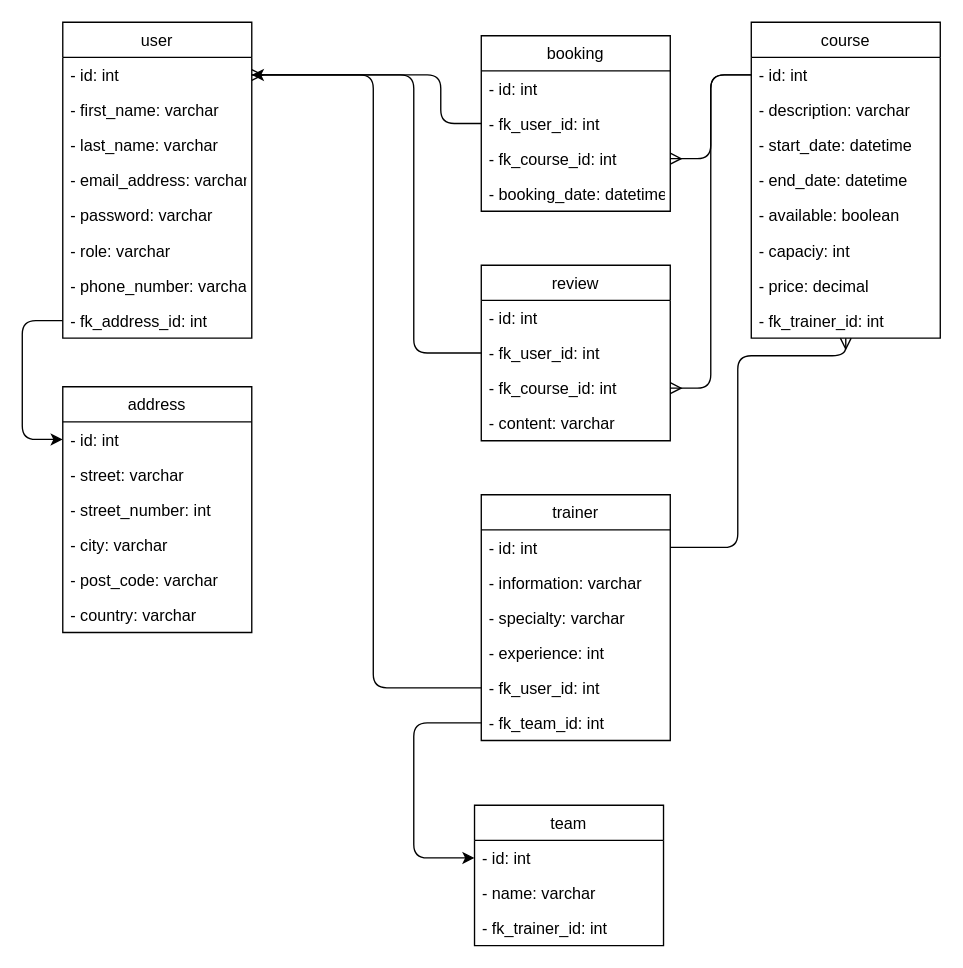
Earlier version of the draw.io diagram page "Copy of 3-rd_NF" (5 of 5) of db.drawio (Keltroz/Full-Stck-Project). Source tidied: cells renumbered, new cells numbered last; positions are measured from the earlier drawing's top-left corner, leaving out a move shared by most shapes. Both pictures are drawn from the tidied source at 135%, with x=0, y=0 at pixel (22, 22).
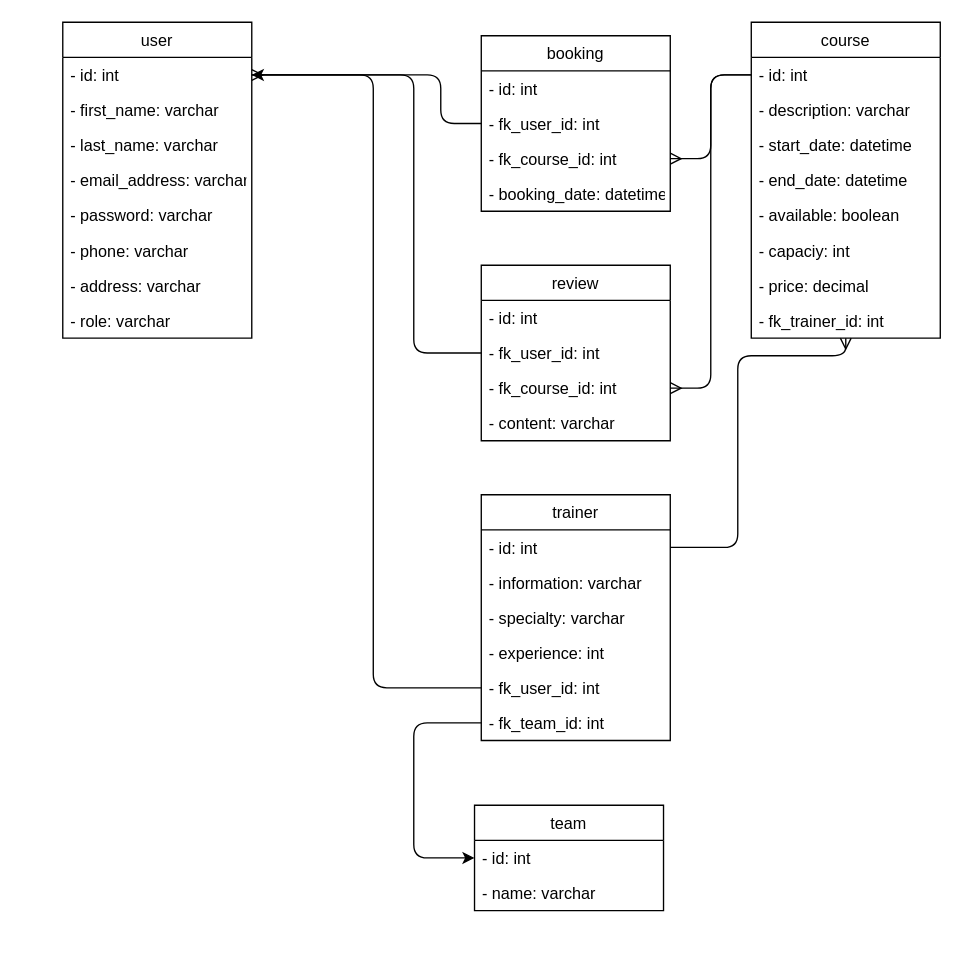
Above is the later version.

Commit message:
Correct copy of 3rd NF

Unchanged cells that the change refers to:
```xml
<mxCell id="2" value="user" style="swimlane;fontStyle=0;horizontal=1;startSize=26;fillColor=none;" parent="1" vertex="1">
  <mxGeometry x="30" width="140" height="234" as="geometry" />
</mxCell>
```

The edit, as a diff of the source:
```diff
@@
-    <mxCell id="8" value="- role: varchar" style="text;strokeColor=none;fillColor=none;align=left;verticalAlign=top;spacingLeft=4;spacingRight=4;overflow=hidden;" parent="2" vertex="1">
-      <mxGeometry y="156" width="140" height="26" as="geometry" />
-    </mxCell>
-    <mxCell id="9" value="- phone_number: varchar" style="text;strokeColor=none;fillColor=none;align=left;verticalAlign=top;spacingLeft=4;spacingRight=4;overflow=hidden;" parent="2" vertex="1">
-      <mxGeometry y="182" width="140" height="26" as="geometry" />
+    <mxCell id="9" value="- phone: varchar" style="text;strokeColor=none;fillColor=none;align=left;verticalAlign=top;spacingLeft=4;spacingRight=4;overflow=hidden;" parent="2" vertex="1">
+      <mxGeometry y="156" width="140" height="26" as="geometry" />
     </mxCell>
-    <mxCell id="10" value="- fk_address_id: int" style="text;strokeColor=none;fillColor=none;align=left;verticalAlign=top;spacingLeft=4;spacingRight=4;overflow=hidden;points=[[0,0.5],[1,0.5]];portConstraint=eastwest;" parent="2" vertex="1">
-      <mxGeometry y="208" width="140" height="26" as="geometry" />
+    <mxCell id="10" value="- address: varchar" style="text;strokeColor=none;fillColor=none;align=left;verticalAlign=top;spacingLeft=4;spacingRight=4;overflow=hidden;points=[[0,0.5],[1,0.5]];portConstraint=eastwest;" parent="2" vertex="1">
+      <mxGeometry y="182" width="140" height="26" as="geometry" />
     </mxCell>
+    <mxCell id="8" value="- role: varchar" style="text;strokeColor=none;fillColor=none;align=left;verticalAlign=top;spacingLeft=4;spacingRight=4;overflow=hidden;" parent="2" vertex="1">
+      <mxGeometry y="208" width="140" height="26" as="geometry" />
+    </mxCell>
@@
-    <mxCell id="20" value="address" style="swimlane;fontStyle=0;horizontal=1;startSize=26;fillColor=none;" parent="1" vertex="1">
-      <mxGeometry x="30" y="270" width="140" height="182" as="geometry" />
-    </mxCell>
-    <mxCell id="21" value="- id: int" style="text;strokeColor=none;fillColor=none;align=left;verticalAlign=top;spacingLeft=4;spacingRight=4;overflow=hidden;points=[[0,0.5],[1,0.5]];portConstraint=eastwest;" parent="20" vertex="1">
-      <mxGeometry y="26" width="140" height="26" as="geometry" />
-    </mxCell>
-    <mxCell id="22" value="- street: varchar" style="text;strokeColor=none;fillColor=none;align=left;verticalAlign=top;spacingLeft=4;spacingRight=4;overflow=hidden;" parent="20" vertex="1">
-      <mxGeometry y="52" width="140" height="26" as="geometry" />
-    </mxCell>
-    <mxCell id="23" value="- street_number: int" style="text;strokeColor=none;fillColor=none;align=left;verticalAlign=top;spacingLeft=4;spacingRight=4;overflow=hidden;" parent="20" vertex="1">
-      <mxGeometry y="78" width="140" height="26" as="geometry" />
-    </mxCell>
-    <mxCell id="24" value="- city: varchar" style="text;strokeColor=none;fillColor=none;align=left;verticalAlign=top;spacingLeft=4;spacingRight=4;overflow=hidden;" parent="20" vertex="1">
-      <mxGeometry y="104" width="140" height="26" as="geometry" />
-    </mxCell>
-    <mxCell id="25" value="- post_code: varchar" style="text;strokeColor=none;fillColor=none;align=left;verticalAlign=top;spacingLeft=4;spacingRight=4;overflow=hidden;" parent="20" vertex="1">
-      <mxGeometry y="130" width="140" height="26" as="geometry" />
-    </mxCell>
-    <mxCell id="26" value="- country: varchar" style="text;strokeColor=none;fillColor=none;align=left;verticalAlign=top;spacingLeft=4;spacingRight=4;overflow=hidden;" parent="20" vertex="1">
-      <mxGeometry y="156" width="140" height="26" as="geometry" />
-    </mxCell>
@@
-    <mxCell id="50" style="edgeStyle=none;html=1;" parent="1" edge="1" source="10" target="21">
-      <mxGeometry relative="1" as="geometry">
-        <Array as="points">
-          <mxPoint y="221" />
-          <mxPoint y="250" />
-          <mxPoint y="309" />
-        </Array>
-      </mxGeometry>
-    </mxCell>
     <mxCell id="51" value="team" style="swimlane;fontStyle=0;horizontal=1;startSize=26;fillColor=none;" parent="1" vertex="1">
-      <mxGeometry x="335" y="580" width="140" height="104" as="geometry" />
+      <mxGeometry x="335" y="580" width="140" height="78" as="geometry" />
     </mxCell>
@@
-    <mxCell id="54" value="- fk_trainer_id: int" style="text;strokeColor=none;fillColor=none;align=left;verticalAlign=top;spacingLeft=4;spacingRight=4;overflow=hidden;" parent="51" vertex="1">
-      <mxGeometry y="78" width="140" height="26" as="geometry" />
-    </mxCell>
```
